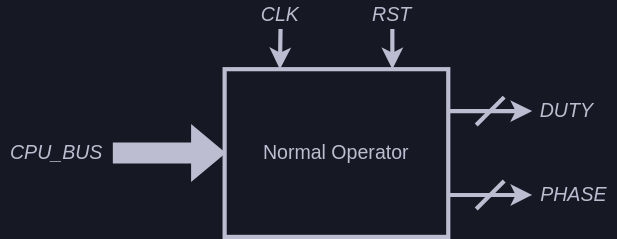
The draw.io diagram docs/src/figs/normal_operator/diagram.svg in shinolab/autd3-old-monorepo, before a commit. Source tidied: cells renumbered, new cells last; positions are measured from the earlier drawing's top-left corner, leaving out a move shared by most shapes.
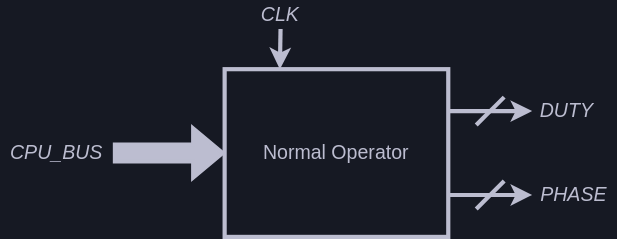
The same diagram one commit later.

Change to the diagram source:
```diff
@@ -49,11 +49,5 @@
     <mxCell id="12" value="&lt;i style=&quot;font-size: 14px&quot;&gt;CPU_BUS&lt;/i&gt;" style="text;html=1;strokeColor=none;fillColor=none;align=center;verticalAlign=middle;whiteSpace=wrap;rounded=0;labelBackgroundColor=none;fontSize=14;fontColor=#BCBDD0;" parent="1" vertex="1">
       <mxGeometry y="89" width="80" height="40" as="geometry" />
     </mxCell>
-    <mxCell id="13" value="RST" style="text;html=1;strokeColor=none;fillColor=none;align=center;verticalAlign=middle;whiteSpace=wrap;rounded=0;labelBackgroundColor=none;fontSize=14;fontColor=#BCBDD0;fontStyle=2;" parent="1" vertex="1">
-      <mxGeometry x="250" y="0.3" width="60" height="20" as="geometry" />
-    </mxCell>
-    <mxCell id="14" style="endArrow=classic;html=1;rounded=0;fontSize=14;fontColor=#BCBDD0;strokeColor=#bcbdd0;strokeWidth=3;entryX=0.75;entryY=0;entryDx=0;entryDy=0;exitX=0.5;exitY=1;exitDx=0;exitDy=0;" parent="1" edge="1" source="13" target="2">
-      <mxGeometry relative="1" as="geometry" />
-    </mxCell>
   </root>
 </mxGraphModel>
```
